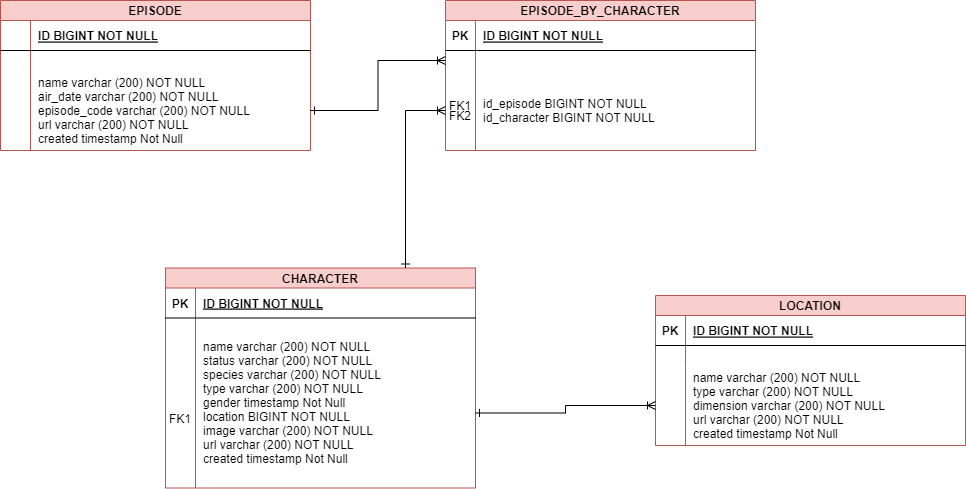
Above: static/img/DB.drawio.png in samuelgil007/RickAndMortyAPI (draw.io), before the change. Source tidied: cells renumbered, new cells last; positions are measured from the earlier drawing's top-left corner, leaving out a move shared by most shapes. The source it was exported from:
```xml
<mxGraphModel>
  <root>
    <mxCell id="0" />
    <mxCell id="1" parent="0" />
    <mxCell id="2" value="EPISODE" style="shape=table;startSize=20;rowLines=0;fontStyle=1;align=center;fillColor=#f8cecc;strokeColor=#b85450;" parent="1" vertex="1">
      <mxGeometry width="310" height="150" as="geometry" />
    </mxCell>
    <mxCell id="3" style="shape=partialRectangle;fillColor=none;top=0;left=0;right=0;bottom=1;" parent="2" vertex="1">
      <mxGeometry y="20" width="310" height="30" as="geometry" />
    </mxCell>
    <mxCell id="4" style="shape=partialRectangle;overflow=hidden;fillColor=none;top=0;left=0;bottom=0;right=0;fontStyle=1;" parent="3" vertex="1">
      <mxGeometry width="30" height="30" as="geometry" />
    </mxCell>
    <mxCell id="5" value="ID BIGINT NOT NULL " style="shape=partialRectangle;overflow=hidden;fillColor=none;top=0;left=0;bottom=0;right=0;align=left;spacingLeft=6;fontStyle=5;" parent="3" vertex="1">
      <mxGeometry x="30" width="280" height="30" as="geometry" />
    </mxCell>
    <mxCell id="6" style="shape=partialRectangle;fillColor=none;top=0;left=0;right=0;bottom=0;" parent="2" vertex="1">
      <mxGeometry y="50" width="310" height="20" as="geometry" />
    </mxCell>
    <mxCell id="7" style="shape=partialRectangle;overflow=hidden;fillColor=none;top=0;left=0;bottom=0;right=0;" parent="6" vertex="1">
      <mxGeometry width="30" height="20" as="geometry" />
    </mxCell>
    <mxCell id="8" style="shape=partialRectangle;overflow=hidden;fillColor=none;top=0;left=0;bottom=0;right=0;align=left;spacingLeft=6;" parent="6" vertex="1">
      <mxGeometry x="30" width="280" height="20" as="geometry" />
    </mxCell>
    <mxCell id="9" style="shape=partialRectangle;fillColor=none;points=[[0,0.5],[1,0.5]];portConstraint=eastwest;top=0;left=0;right=0;bottom=0;" parent="2" vertex="1">
      <mxGeometry y="70" width="310" height="80" as="geometry" />
    </mxCell>
    <mxCell id="10" style="shape=partialRectangle;overflow=hidden;fillColor=none;top=0;left=0;bottom=0;right=0;" parent="9" vertex="1">
      <mxGeometry width="30" height="80" as="geometry" />
    </mxCell>
    <mxCell id="11" value="name varchar (200) NOT NULL&#10;air_date varchar (200) NOT NULL&#10;episode_code varchar (200) NOT NULL&#10;url varchar (200) NOT NULL&#10;created timestamp Not Null" style="shape=partialRectangle;overflow=hidden;fillColor=none;top=0;left=0;bottom=0;right=0;align=left;spacingLeft=6;" parent="9" vertex="1">
      <mxGeometry x="30" width="280" height="80" as="geometry" />
    </mxCell>
    <mxCell id="12" style="group;" parent="1" vertex="1">
      <mxGeometry x="165" y="267.5" width="310" height="220" as="geometry" />
    </mxCell>
    <mxCell id="13" value="CHARACTER" style="shape=table;startSize=20;rowLines=0;fontStyle=1;align=center;fillColor=#f8cecc;strokeColor=#b85450;" parent="12" vertex="1">
      <mxGeometry width="310" height="220" as="geometry" />
    </mxCell>
    <mxCell id="14" style="shape=partialRectangle;fillColor=none;top=0;left=0;right=0;bottom=1;" parent="13" vertex="1">
      <mxGeometry y="20" width="310" height="30" as="geometry" />
    </mxCell>
    <mxCell id="15" value="PK" style="shape=partialRectangle;overflow=hidden;fillColor=none;top=0;left=0;bottom=0;right=0;fontStyle=1;" parent="14" vertex="1">
      <mxGeometry width="30" height="30" as="geometry" />
    </mxCell>
    <mxCell id="16" value="ID BIGINT NOT NULL " style="shape=partialRectangle;overflow=hidden;fillColor=none;top=0;left=0;bottom=0;right=0;align=left;spacingLeft=6;fontStyle=5;" parent="14" vertex="1">
      <mxGeometry x="30" width="280" height="30" as="geometry" />
    </mxCell>
    <mxCell id="17" style="shape=partialRectangle;fillColor=none;top=0;left=0;right=0;bottom=0;" parent="13" vertex="1">
      <mxGeometry y="50" width="310" height="20" as="geometry" />
    </mxCell>
    <mxCell id="18" style="shape=partialRectangle;overflow=hidden;fillColor=none;top=0;left=0;bottom=0;right=0;" parent="17" vertex="1">
      <mxGeometry width="30" height="20" as="geometry" />
    </mxCell>
    <mxCell id="19" style="shape=partialRectangle;overflow=hidden;fillColor=none;top=0;left=0;bottom=0;right=0;align=left;spacingLeft=6;" parent="17" vertex="1">
      <mxGeometry x="30" width="280" height="20" as="geometry" />
    </mxCell>
    <mxCell id="20" style="shape=partialRectangle;fillColor=none;points=[[0,0.5],[1,0.5]];portConstraint=eastwest;top=0;left=0;right=0;bottom=0;" parent="13" vertex="1">
      <mxGeometry y="70" width="310" height="150" as="geometry" />
    </mxCell>
    <mxCell id="21" style="shape=partialRectangle;overflow=hidden;fillColor=none;top=0;left=0;bottom=0;right=0;" parent="20" vertex="1">
      <mxGeometry width="30" height="150" as="geometry" />
    </mxCell>
    <mxCell id="22" value="name varchar (200) NOT NULL&#10;status varchar (200) NOT NULL&#10;species varchar (200) NOT NULL&#10;type varchar (200) NOT NULL&#10;gender timestamp Not Null&#10;location BIGINT NOT NULL&#10;image varchar (200) NOT NULL&#10;url varchar (200) NOT NULL&#10;created timestamp Not Null&#10;&#10;" style="shape=partialRectangle;overflow=hidden;fillColor=none;top=0;left=0;bottom=0;right=0;align=left;spacingLeft=6;" parent="20" vertex="1">
      <mxGeometry x="30" width="280" height="150" as="geometry" />
    </mxCell>
    <mxCell id="23" value="FK1" style="shape=partialRectangle;overflow=hidden;fillColor=none;top=0;left=0;bottom=0;right=0;" parent="12" vertex="1">
      <mxGeometry y="135" width="30" height="30" as="geometry" />
    </mxCell>
    <mxCell id="24" value="LOCATION" style="shape=table;startSize=20;rowLines=0;fontStyle=1;align=center;fillColor=#f8cecc;strokeColor=#b85450;" parent="1" vertex="1">
      <mxGeometry x="655" y="295" width="310" height="150" as="geometry" />
    </mxCell>
    <mxCell id="25" style="shape=partialRectangle;fillColor=none;top=0;left=0;right=0;bottom=1;" parent="24" vertex="1">
      <mxGeometry y="20" width="310" height="30" as="geometry" />
    </mxCell>
    <mxCell id="26" value="PK" style="shape=partialRectangle;overflow=hidden;fillColor=none;top=0;left=0;bottom=0;right=0;fontStyle=1;" parent="25" vertex="1">
      <mxGeometry width="30" height="30" as="geometry" />
    </mxCell>
    <mxCell id="27" value="ID BIGINT NOT NULL " style="shape=partialRectangle;overflow=hidden;fillColor=none;top=0;left=0;bottom=0;right=0;align=left;spacingLeft=6;fontStyle=5;" parent="25" vertex="1">
      <mxGeometry x="30" width="280" height="30" as="geometry" />
    </mxCell>
    <mxCell id="28" style="shape=partialRectangle;fillColor=none;top=0;left=0;right=0;bottom=0;" parent="24" vertex="1">
      <mxGeometry y="50" width="310" height="20" as="geometry" />
    </mxCell>
    <mxCell id="29" style="shape=partialRectangle;overflow=hidden;fillColor=none;top=0;left=0;bottom=0;right=0;" parent="28" vertex="1">
      <mxGeometry width="30" height="20" as="geometry" />
    </mxCell>
    <mxCell id="30" style="shape=partialRectangle;overflow=hidden;fillColor=none;top=0;left=0;bottom=0;right=0;align=left;spacingLeft=6;" parent="28" vertex="1">
      <mxGeometry x="30" width="280" height="20" as="geometry" />
    </mxCell>
    <mxCell id="31" style="shape=partialRectangle;fillColor=none;points=[[0,0.5],[1,0.5]];portConstraint=eastwest;top=0;left=0;right=0;bottom=0;" parent="24" vertex="1">
      <mxGeometry y="70" width="310" height="80" as="geometry" />
    </mxCell>
    <mxCell id="32" style="shape=partialRectangle;overflow=hidden;fillColor=none;top=0;left=0;bottom=0;right=0;" parent="31" vertex="1">
      <mxGeometry width="30" height="80" as="geometry" />
    </mxCell>
    <mxCell id="33" value="name varchar (200) NOT NULL&#10;type varchar (200) NOT NULL&#10;dimension varchar (200) NOT NULL&#10;url varchar (200) NOT NULL&#10;created timestamp Not Null" style="shape=partialRectangle;overflow=hidden;fillColor=none;top=0;left=0;bottom=0;right=0;align=left;spacingLeft=6;" parent="31" vertex="1">
      <mxGeometry x="30" width="280" height="80" as="geometry" />
    </mxCell>
    <mxCell id="34" style="edgeStyle=orthogonalEdgeStyle;rounded=0;jettySize=auto;html=1;endArrow=ERoneToMany;endFill=0;startArrow=ERone;startFill=0;" parent="1" edge="1" source="20" target="31">
      <mxGeometry relative="1" as="geometry" />
    </mxCell>
    <mxCell id="35" value="EPISODE_BY_CHARACTER" style="shape=table;startSize=20;rowLines=0;fontStyle=1;align=center;fillColor=#f8cecc;strokeColor=#b85450;" parent="1" vertex="1">
      <mxGeometry x="445" width="310" height="150" as="geometry" />
    </mxCell>
    <mxCell id="36" style="shape=partialRectangle;fillColor=none;top=0;left=0;right=0;bottom=1;" parent="35" vertex="1">
      <mxGeometry y="20" width="310" height="30" as="geometry" />
    </mxCell>
    <mxCell id="37" value="PK" style="shape=partialRectangle;overflow=hidden;fillColor=none;top=0;left=0;bottom=0;right=0;fontStyle=1;" parent="36" vertex="1">
      <mxGeometry width="30" height="30" as="geometry" />
    </mxCell>
    <mxCell id="38" value="ID BIGINT NOT NULL " style="shape=partialRectangle;overflow=hidden;fillColor=none;top=0;left=0;bottom=0;right=0;align=left;spacingLeft=6;fontStyle=5;" parent="36" vertex="1">
      <mxGeometry x="30" width="280" height="30" as="geometry" />
    </mxCell>
    <mxCell id="39" style="shape=partialRectangle;fillColor=none;points=[[0,0.5],[1,0.5]];portConstraint=eastwest;top=0;left=0;right=0;bottom=0;" parent="35" vertex="1">
      <mxGeometry y="50" width="310" height="20" as="geometry" />
    </mxCell>
    <mxCell id="40" style="shape=partialRectangle;overflow=hidden;fillColor=none;top=0;left=0;bottom=0;right=0;" parent="39" vertex="1">
      <mxGeometry width="30" height="20" as="geometry" />
    </mxCell>
    <mxCell id="41" style="shape=partialRectangle;overflow=hidden;fillColor=none;top=0;left=0;bottom=0;right=0;align=left;spacingLeft=6;" parent="39" vertex="1">
      <mxGeometry x="30" width="280" height="20" as="geometry" />
    </mxCell>
    <mxCell id="42" style="shape=partialRectangle;fillColor=none;points=[[0,0.5],[1,0.5]];portConstraint=eastwest;top=0;left=0;right=0;bottom=0;" parent="35" vertex="1">
      <mxGeometry y="70" width="310" height="80" as="geometry" />
    </mxCell>
    <mxCell id="43" style="shape=partialRectangle;overflow=hidden;fillColor=none;top=0;left=0;bottom=0;right=0;" parent="42" vertex="1">
      <mxGeometry width="30" height="80" as="geometry" />
    </mxCell>
    <mxCell id="44" value="id_episode BIGINT NOT NULL&#10;id_character BIGINT NOT NULL" style="shape=partialRectangle;overflow=hidden;fillColor=none;top=0;left=0;bottom=0;right=0;align=left;spacingLeft=6;" parent="42" vertex="1">
      <mxGeometry x="30" width="280" height="80" as="geometry" />
    </mxCell>
    <mxCell id="45" style="edgeStyle=orthogonalEdgeStyle;rounded=0;jettySize=auto;html=1;endArrow=ERoneToMany;endFill=0;startArrow=ERone;startFill=0;entryX=0;entryY=0.5;entryDx=0;entryDy=0;" parent="1" edge="1" source="9" target="39">
      <mxGeometry relative="1" as="geometry" />
    </mxCell>
    <mxCell id="46" style="edgeStyle=orthogonalEdgeStyle;rounded=0;jettySize=auto;html=1;endArrow=ERoneToMany;endFill=0;startArrow=ERone;startFill=0;" parent="1" edge="1" source="13" target="42">
      <mxGeometry relative="1" as="geometry">
        <Array as="points">
          <mxPoint x="405" y="110" />
        </Array>
      </mxGeometry>
    </mxCell>
    <mxCell id="47" value="FK1" style="shape=partialRectangle;overflow=hidden;fillColor=none;top=0;left=0;bottom=0;right=0;" parent="1" vertex="1">
      <mxGeometry x="445" y="90" width="30" height="30" as="geometry" />
    </mxCell>
    <mxCell id="48" value="FK2" style="shape=partialRectangle;overflow=hidden;fillColor=none;top=0;left=0;bottom=0;right=0;" parent="1" vertex="1">
      <mxGeometry x="445" y="100" width="30" height="30" as="geometry" />
    </mxCell>
  </root>
</mxGraphModel>
```
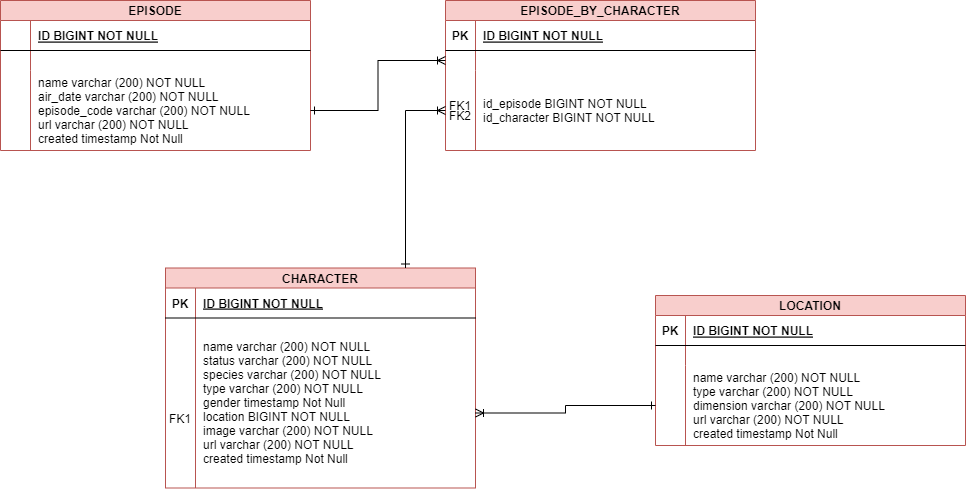
The same file after the commit.

What changed in the source:
```diff
@@ -98,7 +98,7 @@
     <mxCell id="33" value="name varchar (200) NOT NULL&#10;type varchar (200) NOT NULL&#10;dimension varchar (200) NOT NULL&#10;url varchar (200) NOT NULL&#10;created timestamp Not Null" style="shape=partialRectangle;overflow=hidden;fillColor=none;top=0;left=0;bottom=0;right=0;align=left;spacingLeft=6;" parent="31" vertex="1">
       <mxGeometry x="30" width="280" height="80" as="geometry" />
     </mxCell>
-    <mxCell id="34" style="edgeStyle=orthogonalEdgeStyle;rounded=0;jettySize=auto;html=1;endArrow=ERoneToMany;endFill=0;startArrow=ERone;startFill=0;" parent="1" edge="1" source="20" target="31">
+    <mxCell id="34" style="edgeStyle=orthogonalEdgeStyle;rounded=0;jettySize=auto;html=1;endArrow=ERone;endFill=0;startArrow=ERoneToMany;startFill=0;" parent="1" edge="1" source="20" target="31">
       <mxGeometry relative="1" as="geometry" />
     </mxCell>
     <mxCell id="35" value="EPISODE_BY_CHARACTER" style="shape=table;startSize=20;rowLines=0;fontStyle=1;align=center;fillColor=#f8cecc;strokeColor=#b85450;" parent="1" vertex="1">
```
